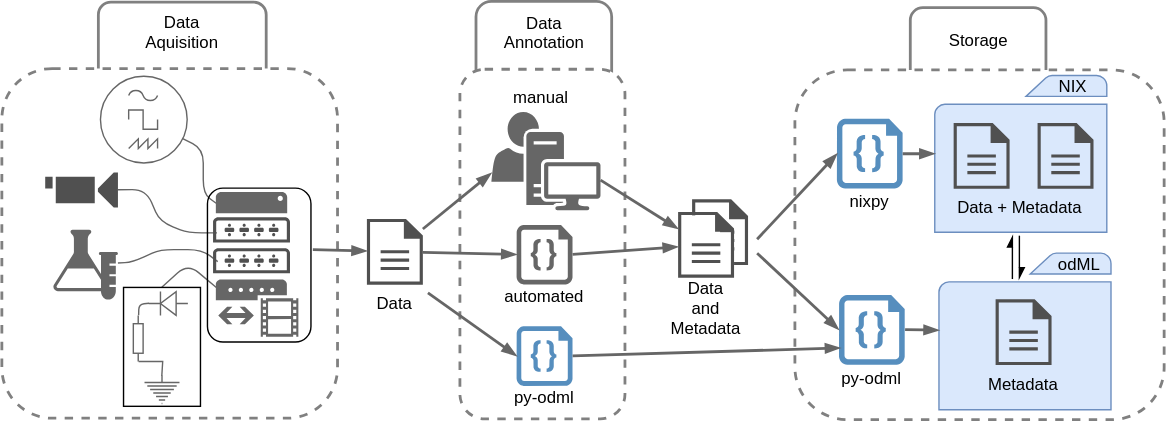
This is 201808_INCF_Conference_Montreal/odML_pipe.svg from mpsonntag/prespost, a draw.io export, as it was before one commit. Source tidied: cells renumbered, new cells last; positions are measured from the earlier drawing's top-left corner, leaving out a move shared by most shapes.
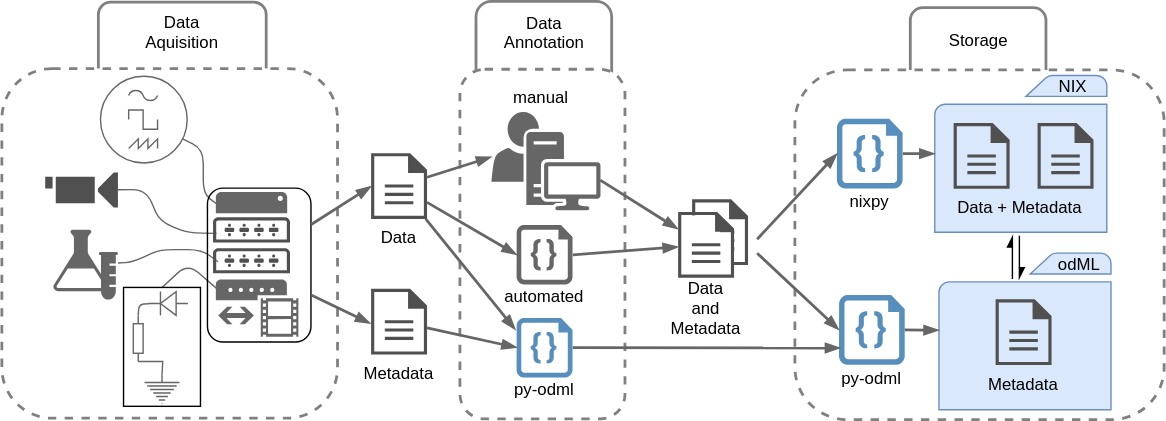
The same diagram one commit later.

Commit message:
[201808 INCF conf] Update odml pipe

Change to the diagram source:
```diff
@@ -128,7 +128,7 @@
       <mxGeometry x="666.5" y="52.5" width="123" height="112" as="geometry" />
     </mxCell>
     <mxCell id="34" value="Data" style="shadow=0;dashed=0;strokeColor=none;fillColor=#505050;labelPosition=center;verticalLabelPosition=bottom;verticalAlign=top;outlineConnect=0;align=center;shape=mxgraph.office.concepts.document;" parent="1" vertex="1">
-      <mxGeometry x="260.5" y="155" width="40" height="47" as="geometry" />
+      <mxGeometry x="263.5" y="108" width="40" height="47" as="geometry" />
     </mxCell>
     <mxCell id="35" value="Data &#10;Annotation" style="text;strokeColor=none;fillColor=none;align=center;verticalAlign=middle;rounded=0;" parent="1" vertex="1">
       <mxGeometry x="367.5" y="12.5" width="40" height="20" as="geometry" />
@@ -215,7 +215,7 @@
     <mxCell id="59" style="endArrow=blockThin;html=1;endFill=1;strokeWidth=2;strokeColor=#666666;exitX=0.998;exitY=0.617;exitPerimeter=0;entryX=-0.001;entryY=-0.072;entryPerimeter=0;" parent="1" edge="1" source="65" target="50">
       <mxGeometry relative="1" as="geometry" />
     </mxCell>
-    <mxCell id="60" style="endArrow=blockThin;html=1;endFill=1;strokeWidth=2;strokeColor=#666666;exitX=1.018;exitY=0.398;exitPerimeter=0;" parent="1" edge="1" source="31" target="34">
+    <mxCell id="60" style="endArrow=blockThin;html=1;endFill=1;strokeWidth=2;strokeColor=#666666;exitX=1.003;exitY=0.236;exitPerimeter=0;entryX=0;entryY=0.5;entryPerimeter=0;" parent="1" edge="1" source="31" target="34">
       <mxGeometry relative="1" as="geometry" />
     </mxCell>
     <mxCell id="61" style="group;" parent="1" vertex="1">
@@ -240,13 +240,22 @@
       <mxGeometry x="681" y="137" width="100" height="20" as="geometry" />
     </mxCell>
     <mxCell id="68" value="py-odml" style="shadow=0;dashed=0;strokeColor=none;shape=mxgraph.azure.code_file;fillColor=#568EBE;spacingTop=60;" parent="1" vertex="1">
-      <mxGeometry x="367.5" y="231.8" width="40" height="42.5" as="geometry" />
+      <mxGeometry x="367.5" y="225.8" width="40" height="42.5" as="geometry" />
     </mxCell>
-    <mxCell id="69" style="endArrow=blockThin;html=1;endFill=1;strokeWidth=2;strokeColor=#666666;exitX=1.088;exitY=1.128;exitPerimeter=0;entryX=0;entryY=0.5;entryPerimeter=0;" parent="1" edge="1" source="34" target="68">
+    <mxCell id="69" style="endArrow=blockThin;html=1;endFill=1;strokeWidth=2;strokeColor=#666666;entryX=-0.018;entryY=0.2;entryPerimeter=0;" parent="1" edge="1" source="34" target="68">
       <mxGeometry relative="1" as="geometry" />
     </mxCell>
     <mxCell id="70" style="endArrow=blockThin;html=1;endFill=1;strokeWidth=2;strokeColor=#666666;entryX=0.021;entryY=0.759;entryPerimeter=0;exitX=1;exitY=0.5;exitPerimeter=0;" parent="1" edge="1" source="68" target="39">
       <mxGeometry relative="1" as="geometry" />
     </mxCell>
+    <mxCell id="71" value="Metadata" style="shadow=0;dashed=0;strokeColor=none;fillColor=#505050;labelPosition=center;verticalLabelPosition=bottom;verticalAlign=top;outlineConnect=0;align=center;shape=mxgraph.office.concepts.document;" parent="1" vertex="1">
+      <mxGeometry x="263.5" y="205" width="40" height="47" as="geometry" />
+    </mxCell>
+    <mxCell id="72" style="endArrow=blockThin;html=1;endFill=1;strokeWidth=2;strokeColor=#666666;exitX=1.007;exitY=0.697;exitPerimeter=0;entryX=-0.012;entryY=0.526;entryPerimeter=0;" parent="1" edge="1" source="31" target="71">
+      <mxGeometry relative="1" as="geometry" />
+    </mxCell>
+    <mxCell id="73" style="endArrow=blockThin;html=1;endFill=1;strokeWidth=2;strokeColor=#666666;entryX=0;entryY=0.5;entryPerimeter=0;" parent="1" edge="1" source="71" target="68">
+      <mxGeometry relative="1" as="geometry" />
+    </mxCell>
   </root>
 </mxGraphModel>
```
